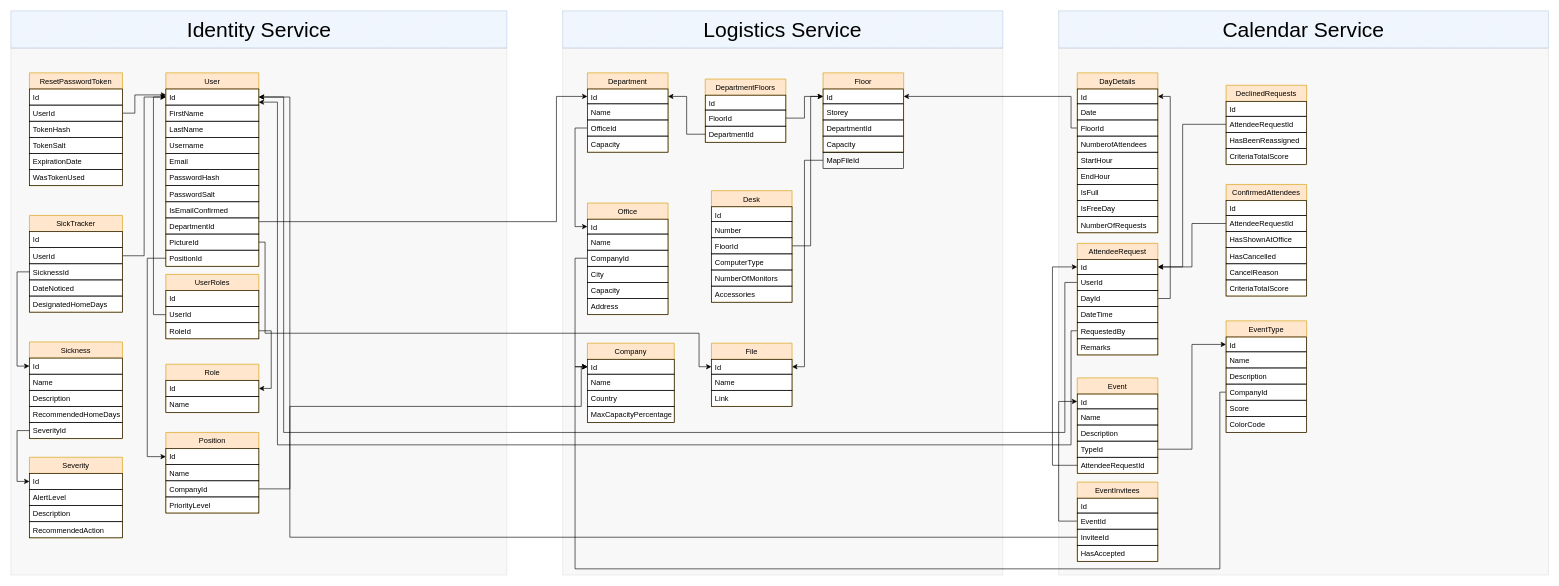
Above: Koala DB.drawio in dariusmunteanu/Diagrams (draw.io), before the change. Source tidied: cells renumbered, new cells numbered last; positions are measured from the earlier drawing's top-left corner, leaving out a move shared by most shapes. Both pictures are drawn from the tidied source at 62%, with x=0, y=0 at pixel (11, 11).
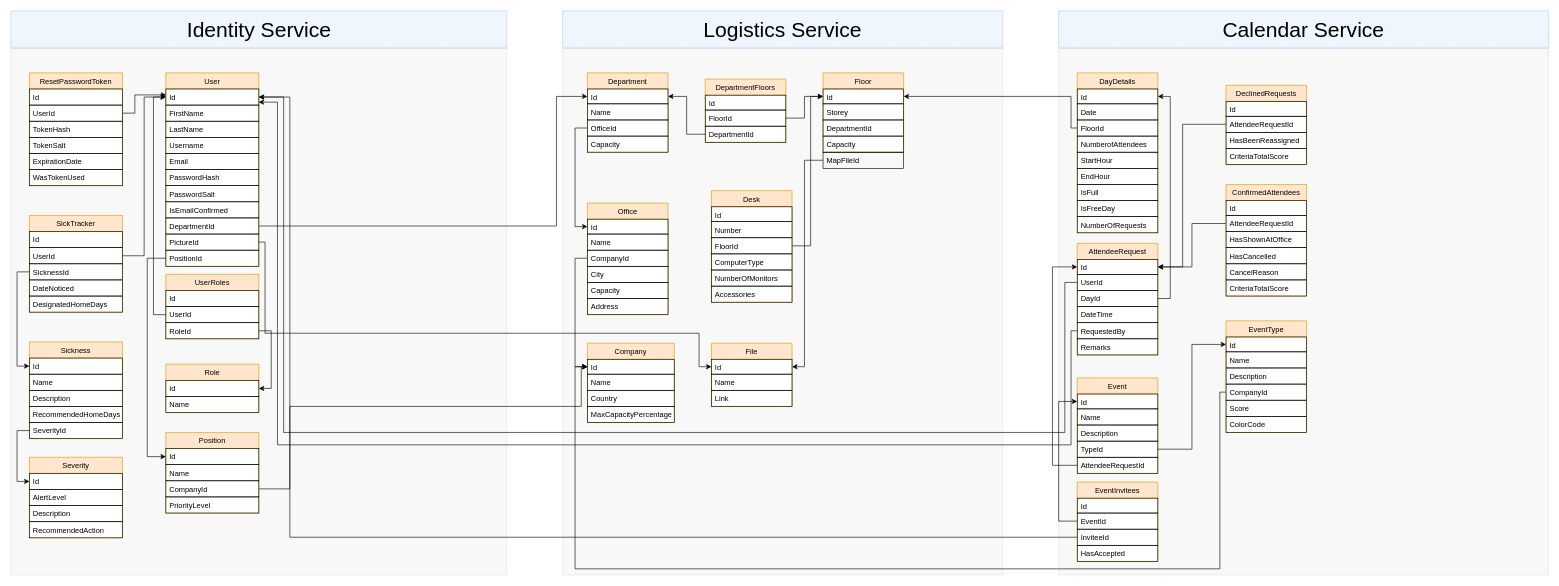
After the change.

The change refers to these unchanged cells:
```xml
<mxCell id="27" value="DepartmentId" style="text;fillColor=none;align=left;verticalAlign=top;spacingLeft=4;spacingRight=4;overflow=hidden;points=[[0,0.5],[1,0.5]];portConstraint=eastwest;strokeColor=#000000;" parent="18" vertex="1">
  <mxGeometry y="234" width="150" height="26" as="geometry" />
</mxCell>
<mxCell id="137" value="Id" style="text;fillColor=none;align=left;verticalAlign=top;spacingLeft=4;spacingRight=4;overflow=hidden;points=[[0,0.5],[1,0.5]];portConstraint=eastwest;strokeColor=#000000;" parent="136" vertex="1">
  <mxGeometry y="26" width="130" height="24" as="geometry" />
</mxCell>
```

Diff of the diagram source:
```diff
@@
-    <mxCell id="12" style="edgeStyle=orthogonalEdgeStyle;rounded=0;jettySize=auto;html=1;entryX=0;entryY=0.5;entryDx=0;entryDy=0;fontSize=34;" parent="1" edge="1" source="27" target="137">
+    <mxCell id="12" style="edgeStyle=orthogonalEdgeStyle;rounded=0;jettySize=auto;html=1;entryX=0;entryY=0.5;entryDx=0;entryDy=0;fontSize=34;exitX=1;exitY=0.5;exitDx=0;exitDy=0;" parent="1" edge="1" source="27" target="137">
       <mxGeometry relative="1" as="geometry">
         <Array as="points">
-          <mxPoint x="880" y="340" />
+          <mxPoint x="880" y="347" />
           <mxPoint x="880" y="138" />
         </Array>
       </mxGeometry>
     </mxCell>
```
